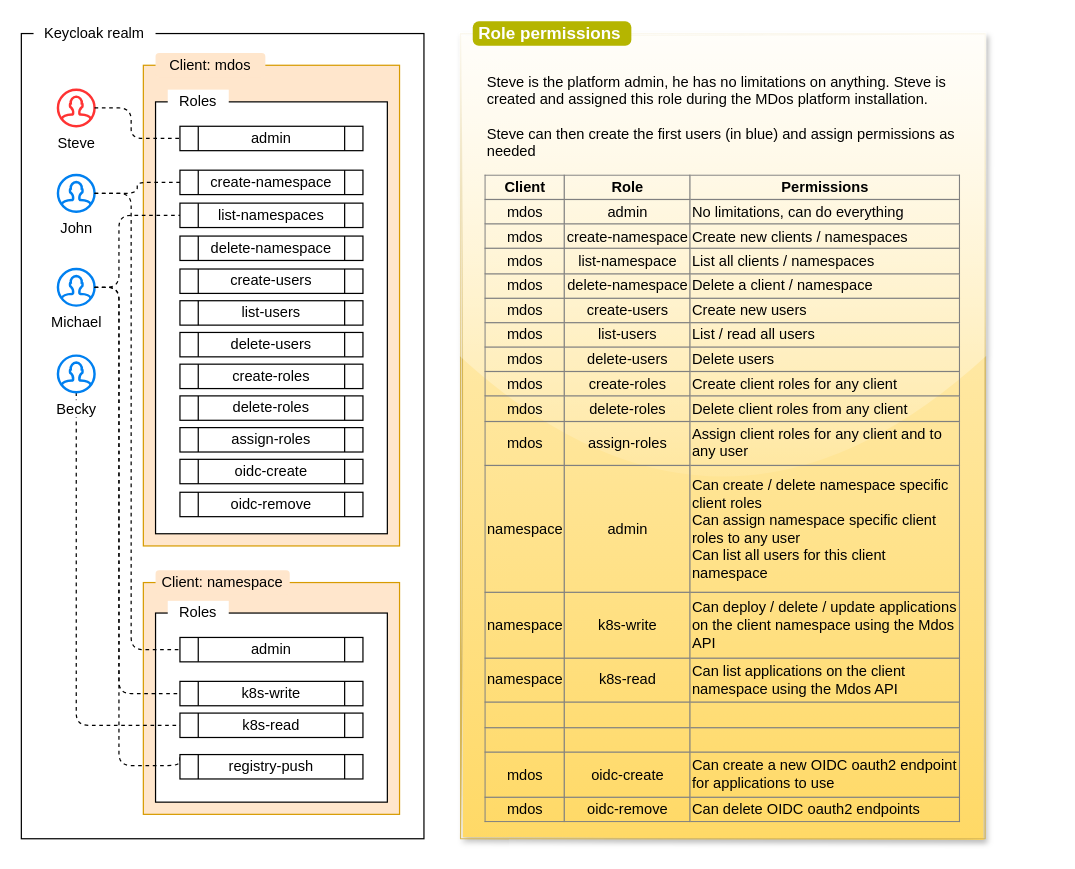
Above: page "Keycloak roles" (3 of 8) of mdos-docs/draw.io/architecture.drawio in mdundek/mdos (draw.io), before the change. Source tidied: cells renumbered, new cells numbered last; positions are measured from the earlier drawing's top-left corner, leaving out a move shared by most shapes. Both pictures are drawn from the tidied source at 122%, with x=0, y=0 at pixel (21, 21).
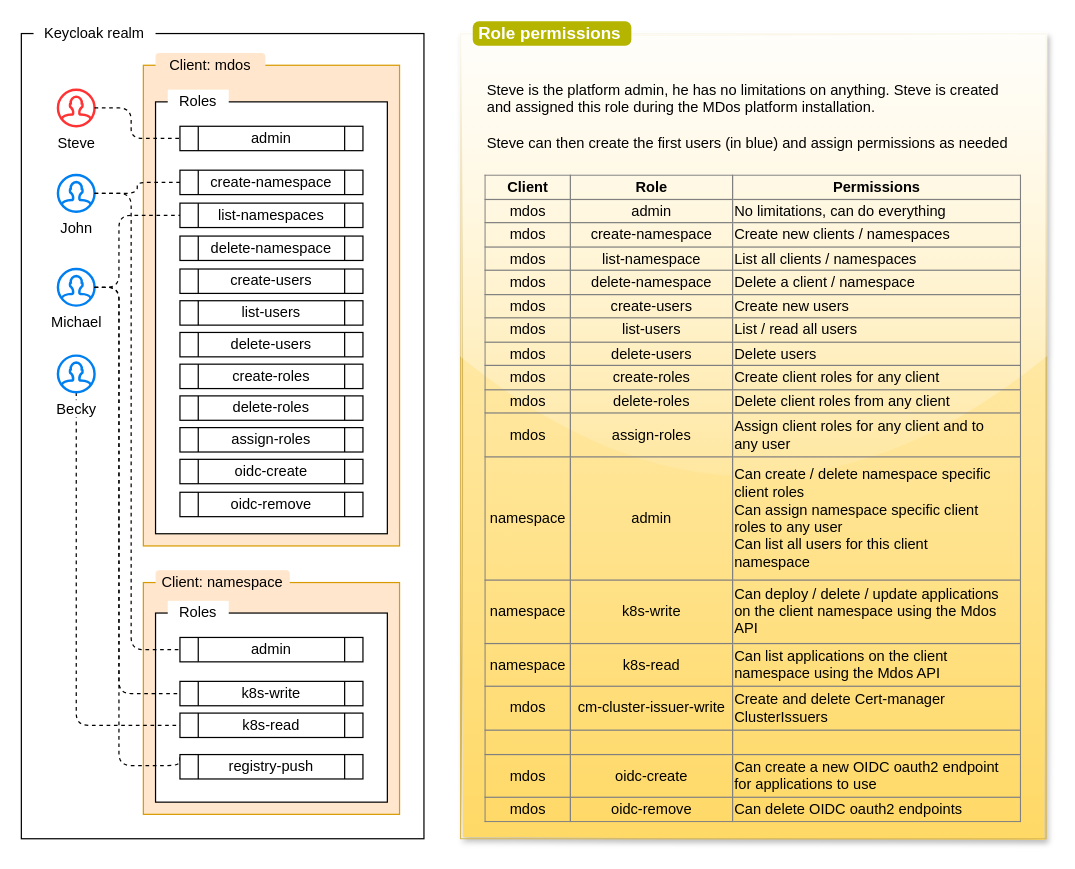
After the change.

The edit, as a diff of the source:
```diff
@@
     <mxCell id="29" value="&lt;div&gt;&lt;br&gt;&lt;/div&gt;" style="rounded=0;whiteSpace=wrap;html=1;fillColor=#fff2cc;strokeColor=#d6b656;gradientColor=#ffd966;shadow=1;glass=1;sketch=1;align=left;" parent="1" vertex="1">
-      <mxGeometry x="360" y="10" width="430" height="660" as="geometry" />
+      <mxGeometry x="360" y="10" width="480" height="660" as="geometry" />
     </mxCell>
@@
-    <mxCell id="31" value="&lt;table border=&quot;1&quot; width=&quot;100%&quot; height=&quot;100%&quot; style=&quot;width:100%;height:100%;border-collapse:collapse;&quot;&gt;&lt;tbody&gt;&lt;tr&gt;&lt;td&gt;&lt;b&gt;Client&lt;/b&gt;&lt;/td&gt;&lt;td&gt;&lt;b&gt;Role&lt;/b&gt;&lt;/td&gt;&lt;td&gt;&lt;b&gt;Permissions&lt;/b&gt;&lt;/td&gt;&lt;/tr&gt;&lt;tr&gt;&lt;td&gt;mdos&lt;/td&gt;&lt;td&gt;admin&lt;/td&gt;&lt;td style=&quot;text-align: left;&quot;&gt;No limitations, can do everything&lt;/td&gt;&lt;/tr&gt;&lt;tr&gt;&lt;td&gt;mdos&lt;/td&gt;&lt;td&gt;&lt;span style=&quot;&quot;&gt;create-namespace&lt;/span&gt;&lt;br&gt;&lt;/td&gt;&lt;td style=&quot;text-align: left;&quot;&gt;Create new clients / namespaces&lt;br&gt;&lt;/td&gt;&lt;/tr&gt;&lt;tr&gt;&lt;td&gt;&lt;span style=&quot;&quot;&gt;mdos&lt;/span&gt;&lt;br&gt;&lt;/td&gt;&lt;td&gt;&lt;span style=&quot;&quot;&gt;list-namespace&lt;/span&gt;&lt;br&gt;&lt;/td&gt;&lt;td style=&quot;text-align: left;&quot;&gt;List all clients / namespaces&lt;/td&gt;&lt;/tr&gt;&lt;tr&gt;&lt;td&gt;&lt;span style=&quot;&quot;&gt;mdos&lt;/span&gt;&lt;br&gt;&lt;/td&gt;&lt;td&gt;&lt;span style=&quot;&quot;&gt;delete-&lt;/span&gt;namespace&lt;br&gt;&lt;/td&gt;&lt;td style=&quot;text-align: left;&quot;&gt;Delete a client / namespace&lt;/td&gt;&lt;/tr&gt;&lt;tr&gt;&lt;td&gt;&lt;span style=&quot;&quot;&gt;mdos&lt;/span&gt;&lt;br&gt;&lt;/td&gt;&lt;td&gt;&lt;span style=&quot;&quot;&gt;create-users&lt;/span&gt;&lt;br&gt;&lt;/td&gt;&lt;td style=&quot;text-align: left;&quot;&gt;Create new users&lt;/td&gt;&lt;/tr&gt;&lt;tr&gt;&lt;td&gt;&lt;span style=&quot;&quot;&gt;mdos&lt;/span&gt;&lt;br&gt;&lt;/td&gt;&lt;td&gt;&lt;span style=&quot;&quot;&gt;list-users&lt;/span&gt;&lt;br&gt;&lt;/td&gt;&lt;td style=&quot;text-align: left;&quot;&gt;List / read all users&lt;/td&gt;&lt;/tr&gt;&lt;tr&gt;&lt;td&gt;&lt;span style=&quot;&quot;&gt;mdos&lt;/span&gt;&lt;br&gt;&lt;/td&gt;&lt;td&gt;&lt;span style=&quot;&quot;&gt;delete-users&lt;/span&gt;&lt;br&gt;&lt;/td&gt;&lt;td style=&quot;text-align: left;&quot;&gt;Delete users&lt;/td&gt;&lt;/tr&gt;&lt;tr&gt;&lt;td&gt;&lt;span style=&quot;&quot;&gt;mdos&lt;/span&gt;&lt;br&gt;&lt;/td&gt;&lt;td&gt;&lt;span style=&quot;&quot;&gt;create-roles&lt;/span&gt;&lt;br&gt;&lt;/td&gt;&lt;td style=&quot;text-align: left;&quot;&gt;Create client roles for any client&lt;br&gt;&lt;/td&gt;&lt;/tr&gt;&lt;tr&gt;&lt;td&gt;mdos&lt;br&gt;&lt;/td&gt;&lt;td&gt;delete-roles&lt;br&gt;&lt;/td&gt;&lt;td style=&quot;text-align: left;&quot;&gt;Delete client roles from any client&lt;/td&gt;&lt;/tr&gt;&lt;tr&gt;&lt;td&gt;mdos&lt;br&gt;&lt;/td&gt;&lt;td&gt;assign-roles&lt;br&gt;&lt;/td&gt;&lt;td&gt;&lt;div style=&quot;text-align: left;&quot;&gt;&lt;span style=&quot;background-color: initial;&quot;&gt;Assign client roles for any client and to&lt;/span&gt;&lt;/div&gt;&lt;div style=&quot;text-align: left;&quot;&gt;&lt;span style=&quot;background-color: initial;&quot;&gt;any user&lt;/span&gt;&lt;/div&gt;&lt;/td&gt;&lt;/tr&gt;&lt;tr&gt;&lt;td&gt;namespace&lt;br&gt;&lt;/td&gt;&lt;td&gt;&lt;span style=&quot;&quot;&gt;admin&lt;/span&gt;&lt;br&gt;&lt;/td&gt;&lt;td&gt;&lt;div style=&quot;text-align: left;&quot;&gt;&lt;span style=&quot;background-color: initial;&quot;&gt;Can create / delete namespace specific&lt;/span&gt;&lt;/div&gt;&lt;div style=&quot;text-align: left;&quot;&gt;&lt;span style=&quot;background-color: initial;&quot;&gt;client roles&lt;/span&gt;&lt;/div&gt;&lt;div style=&quot;text-align: left;&quot;&gt;&lt;span style=&quot;background-color: initial;&quot;&gt;Can assign namespace specific client&lt;/span&gt;&lt;/div&gt;&lt;div style=&quot;text-align: left;&quot;&gt;&lt;span style=&quot;background-color: initial;&quot;&gt;roles&amp;nbsp;&lt;/span&gt;&lt;span style=&quot;background-color: initial;&quot;&gt;to any user&lt;/span&gt;&lt;/div&gt;&lt;div style=&quot;text-align: left;&quot;&gt;&lt;span style=&quot;background-color: initial;&quot;&gt;Can list all users for this client&lt;/span&gt;&lt;/div&gt;&lt;div style=&quot;text-align: left;&quot;&gt;&lt;span style=&quot;background-color: initial;&quot;&gt;namespace&lt;/span&gt;&lt;/div&gt;&lt;/td&gt;&lt;/tr&gt;&lt;tr&gt;&lt;td&gt;namespace&lt;br&gt;&lt;/td&gt;&lt;td&gt;&lt;span style=&quot;&quot;&gt;k8s-write&lt;/span&gt;&lt;br&gt;&lt;/td&gt;&lt;td style=&quot;text-align: left;&quot;&gt;Can deploy / delete / update applications&lt;br&gt;on the client namespace using the Mdos&lt;br&gt;API&lt;/td&gt;&lt;/tr&gt;&lt;tr&gt;&lt;td&gt;namespace&lt;br&gt;&lt;/td&gt;&lt;td&gt;&lt;span style=&quot;&quot;&gt;k8s-read&lt;/span&gt;&lt;br&gt;&lt;/td&gt;&lt;td&gt;&lt;div style=&quot;text-align: left;&quot;&gt;&lt;span style=&quot;background-color: initial;&quot;&gt;Can list applications on the client&lt;/span&gt;&lt;/div&gt;&lt;div style=&quot;text-align: left;&quot;&gt;&lt;span style=&quot;background-color: initial;&quot;&gt;namespace&amp;nbsp;&lt;/span&gt;&lt;span style=&quot;background-color: initial;&quot;&gt;using the Mdos API&lt;/span&gt;&lt;/div&gt;&lt;/td&gt;&lt;/tr&gt;&lt;tr&gt;&lt;td&gt;&lt;br&gt;&lt;/td&gt;&lt;td&gt;&lt;br&gt;&lt;/td&gt;&lt;td style=&quot;text-align: left;&quot;&gt;&lt;br&gt;&lt;/td&gt;&lt;/tr&gt;&lt;tr&gt;&lt;td&gt;&lt;br&gt;&lt;/td&gt;&lt;td&gt;&lt;br&gt;&lt;/td&gt;&lt;td style=&quot;text-align: left;&quot;&gt;&lt;/td&gt;&lt;/tr&gt;&lt;tr&gt;&lt;td&gt;mdos&lt;/td&gt;&lt;td&gt;&lt;span style=&quot;&quot;&gt;oidc-create&lt;/span&gt;&lt;br&gt;&lt;/td&gt;&lt;td&gt;&lt;div style=&quot;text-align: left;&quot;&gt;&lt;span style=&quot;background-color: initial;&quot;&gt;Can create a new OIDC oauth2 endpoint&lt;/span&gt;&lt;/div&gt;&lt;div style=&quot;text-align: left;&quot;&gt;&lt;span style=&quot;background-color: initial;&quot;&gt;for applications to use&lt;/span&gt;&lt;/div&gt;&lt;/td&gt;&lt;/tr&gt;&lt;tr&gt;&lt;td&gt;mdos&lt;/td&gt;&lt;td&gt;&lt;span style=&quot;&quot;&gt;oidc-remove&lt;/span&gt;&lt;br&gt;&lt;/td&gt;&lt;td style=&quot;text-align: left;&quot;&gt;Can delete OIDC oauth2 endpoints&lt;/td&gt;&lt;/tr&gt;&lt;/tbody&gt;&lt;/table&gt;" style="text;html=1;strokeColor=none;fillColor=none;overflow=fill;rounded=0;shadow=0;glass=0;sketch=0;fontColor=#000000;align=center;" parent="1" vertex="1">
-      <mxGeometry x="380" y="126" width="390" height="531" as="geometry" />
+    <mxCell id="31" value="&lt;table border=&quot;1&quot; width=&quot;100%&quot; height=&quot;100%&quot; style=&quot;width:100%;height:100%;border-collapse:collapse;&quot;&gt;&lt;tbody&gt;&lt;tr&gt;&lt;td&gt;&lt;b&gt;Client&lt;/b&gt;&lt;/td&gt;&lt;td&gt;&lt;b&gt;Role&lt;/b&gt;&lt;/td&gt;&lt;td&gt;&lt;b&gt;Permissions&lt;/b&gt;&lt;/td&gt;&lt;/tr&gt;&lt;tr&gt;&lt;td&gt;mdos&lt;/td&gt;&lt;td&gt;admin&lt;/td&gt;&lt;td style=&quot;text-align: left;&quot;&gt;No limitations, can do everything&lt;/td&gt;&lt;/tr&gt;&lt;tr&gt;&lt;td&gt;mdos&lt;/td&gt;&lt;td&gt;&lt;span style=&quot;&quot;&gt;create-namespace&lt;/span&gt;&lt;br&gt;&lt;/td&gt;&lt;td style=&quot;text-align: left;&quot;&gt;Create new clients / namespaces&lt;br&gt;&lt;/td&gt;&lt;/tr&gt;&lt;tr&gt;&lt;td&gt;&lt;span style=&quot;&quot;&gt;mdos&lt;/span&gt;&lt;br&gt;&lt;/td&gt;&lt;td&gt;&lt;span style=&quot;&quot;&gt;list-namespace&lt;/span&gt;&lt;br&gt;&lt;/td&gt;&lt;td style=&quot;text-align: left;&quot;&gt;List all clients / namespaces&lt;/td&gt;&lt;/tr&gt;&lt;tr&gt;&lt;td&gt;&lt;span style=&quot;&quot;&gt;mdos&lt;/span&gt;&lt;br&gt;&lt;/td&gt;&lt;td&gt;&lt;span style=&quot;&quot;&gt;delete-&lt;/span&gt;namespace&lt;br&gt;&lt;/td&gt;&lt;td style=&quot;text-align: left;&quot;&gt;Delete a client / namespace&lt;/td&gt;&lt;/tr&gt;&lt;tr&gt;&lt;td&gt;&lt;span style=&quot;&quot;&gt;mdos&lt;/span&gt;&lt;br&gt;&lt;/td&gt;&lt;td&gt;&lt;span style=&quot;&quot;&gt;create-users&lt;/span&gt;&lt;br&gt;&lt;/td&gt;&lt;td style=&quot;text-align: left;&quot;&gt;Create new users&lt;/td&gt;&lt;/tr&gt;&lt;tr&gt;&lt;td&gt;&lt;span style=&quot;&quot;&gt;mdos&lt;/span&gt;&lt;br&gt;&lt;/td&gt;&lt;td&gt;&lt;span style=&quot;&quot;&gt;list-users&lt;/span&gt;&lt;br&gt;&lt;/td&gt;&lt;td style=&quot;text-align: left;&quot;&gt;List / read all users&lt;/td&gt;&lt;/tr&gt;&lt;tr&gt;&lt;td&gt;&lt;span style=&quot;&quot;&gt;mdos&lt;/span&gt;&lt;br&gt;&lt;/td&gt;&lt;td&gt;&lt;span style=&quot;&quot;&gt;delete-users&lt;/span&gt;&lt;br&gt;&lt;/td&gt;&lt;td style=&quot;text-align: left;&quot;&gt;Delete users&lt;/td&gt;&lt;/tr&gt;&lt;tr&gt;&lt;td&gt;&lt;span style=&quot;&quot;&gt;mdos&lt;/span&gt;&lt;br&gt;&lt;/td&gt;&lt;td&gt;&lt;span style=&quot;&quot;&gt;create-roles&lt;/span&gt;&lt;br&gt;&lt;/td&gt;&lt;td style=&quot;text-align: left;&quot;&gt;Create client roles for any client&lt;br&gt;&lt;/td&gt;&lt;/tr&gt;&lt;tr&gt;&lt;td&gt;mdos&lt;br&gt;&lt;/td&gt;&lt;td&gt;delete-roles&lt;br&gt;&lt;/td&gt;&lt;td style=&quot;text-align: left;&quot;&gt;Delete client roles from any client&lt;/td&gt;&lt;/tr&gt;&lt;tr&gt;&lt;td&gt;mdos&lt;br&gt;&lt;/td&gt;&lt;td&gt;assign-roles&lt;br&gt;&lt;/td&gt;&lt;td&gt;&lt;div style=&quot;text-align: left;&quot;&gt;&lt;span style=&quot;background-color: initial;&quot;&gt;Assign client roles for any client and to&lt;/span&gt;&lt;/div&gt;&lt;div style=&quot;text-align: left;&quot;&gt;&lt;span style=&quot;background-color: initial;&quot;&gt;any user&lt;/span&gt;&lt;/div&gt;&lt;/td&gt;&lt;/tr&gt;&lt;tr&gt;&lt;td&gt;namespace&lt;br&gt;&lt;/td&gt;&lt;td&gt;&lt;span style=&quot;&quot;&gt;admin&lt;/span&gt;&lt;br&gt;&lt;/td&gt;&lt;td&gt;&lt;div style=&quot;text-align: left;&quot;&gt;&lt;span style=&quot;background-color: initial;&quot;&gt;Can create / delete namespace specific&lt;/span&gt;&lt;/div&gt;&lt;div style=&quot;text-align: left;&quot;&gt;&lt;span style=&quot;background-color: initial;&quot;&gt;client roles&lt;/span&gt;&lt;/div&gt;&lt;div style=&quot;text-align: left;&quot;&gt;&lt;span style=&quot;background-color: initial;&quot;&gt;Can assign namespace specific client&lt;/span&gt;&lt;/div&gt;&lt;div style=&quot;text-align: left;&quot;&gt;&lt;span style=&quot;background-color: initial;&quot;&gt;roles&amp;nbsp;&lt;/span&gt;&lt;span style=&quot;background-color: initial;&quot;&gt;to any user&lt;/span&gt;&lt;/div&gt;&lt;div style=&quot;text-align: left;&quot;&gt;&lt;span style=&quot;background-color: initial;&quot;&gt;Can list all users for this client&lt;/span&gt;&lt;/div&gt;&lt;div style=&quot;text-align: left;&quot;&gt;&lt;span style=&quot;background-color: initial;&quot;&gt;namespace&lt;/span&gt;&lt;/div&gt;&lt;/td&gt;&lt;/tr&gt;&lt;tr&gt;&lt;td&gt;namespace&lt;br&gt;&lt;/td&gt;&lt;td&gt;&lt;span style=&quot;&quot;&gt;k8s-write&lt;/span&gt;&lt;br&gt;&lt;/td&gt;&lt;td style=&quot;text-align: left;&quot;&gt;Can deploy / delete / update applications&lt;br&gt;on the client namespace using the Mdos&lt;br&gt;API&lt;/td&gt;&lt;/tr&gt;&lt;tr&gt;&lt;td&gt;namespace&lt;br&gt;&lt;/td&gt;&lt;td&gt;&lt;span style=&quot;&quot;&gt;k8s-read&lt;/span&gt;&lt;br&gt;&lt;/td&gt;&lt;td&gt;&lt;div style=&quot;text-align: left;&quot;&gt;&lt;span style=&quot;background-color: initial;&quot;&gt;Can list applications on the client&lt;/span&gt;&lt;/div&gt;&lt;div style=&quot;text-align: left;&quot;&gt;&lt;span style=&quot;background-color: initial;&quot;&gt;namespace&amp;nbsp;&lt;/span&gt;&lt;span style=&quot;background-color: initial;&quot;&gt;using the Mdos API&lt;/span&gt;&lt;/div&gt;&lt;/td&gt;&lt;/tr&gt;&lt;tr&gt;&lt;td&gt;mdos&lt;/td&gt;&lt;td&gt;cm-cluster-issuer-write&lt;/td&gt;&lt;td style=&quot;text-align: left;&quot;&gt;Create and delete Cert-manager &lt;br&gt;ClusterIssuers&lt;/td&gt;&lt;/tr&gt;&lt;tr&gt;&lt;td&gt;&lt;br&gt;&lt;/td&gt;&lt;td&gt;&lt;br&gt;&lt;/td&gt;&lt;td style=&quot;text-align: left;&quot;&gt;&lt;/td&gt;&lt;/tr&gt;&lt;tr&gt;&lt;td&gt;mdos&lt;/td&gt;&lt;td&gt;&lt;span style=&quot;&quot;&gt;oidc-create&lt;/span&gt;&lt;br&gt;&lt;/td&gt;&lt;td&gt;&lt;div style=&quot;text-align: left;&quot;&gt;&lt;span style=&quot;background-color: initial;&quot;&gt;Can create a new OIDC oauth2 endpoint&lt;/span&gt;&lt;/div&gt;&lt;div style=&quot;text-align: left;&quot;&gt;&lt;span style=&quot;background-color: initial;&quot;&gt;for applications to use&lt;/span&gt;&lt;/div&gt;&lt;/td&gt;&lt;/tr&gt;&lt;tr&gt;&lt;td&gt;mdos&lt;/td&gt;&lt;td&gt;&lt;span style=&quot;&quot;&gt;oidc-remove&lt;/span&gt;&lt;br&gt;&lt;/td&gt;&lt;td style=&quot;text-align: left;&quot;&gt;Can delete OIDC oauth2 endpoints&lt;/td&gt;&lt;/tr&gt;&lt;/tbody&gt;&lt;/table&gt;" style="text;html=1;strokeColor=none;fillColor=none;overflow=fill;rounded=0;shadow=0;glass=0;sketch=0;fontColor=#000000;align=center;" parent="1" vertex="1">
+      <mxGeometry x="380" y="126" width="440" height="531" as="geometry" />
     </mxCell>
@@
     <mxCell id="39" value="Steve is the platform admin, he has no limitations on anything. Steve is created and assigned this role during the MDos platform installation.&lt;br&gt;&lt;br&gt;Steve can then create the first users (in blue) and assign permissions as needed" style="text;html=1;strokeColor=none;fillColor=none;align=left;verticalAlign=middle;whiteSpace=wrap;rounded=0;shadow=0;glass=0;sketch=0;fontColor=#000000;" parent="1" vertex="1">
-      <mxGeometry x="380" y="36" width="390" height="84" as="geometry" />
+      <mxGeometry x="380" y="36" width="440" height="84" as="geometry" />
     </mxCell>
```
